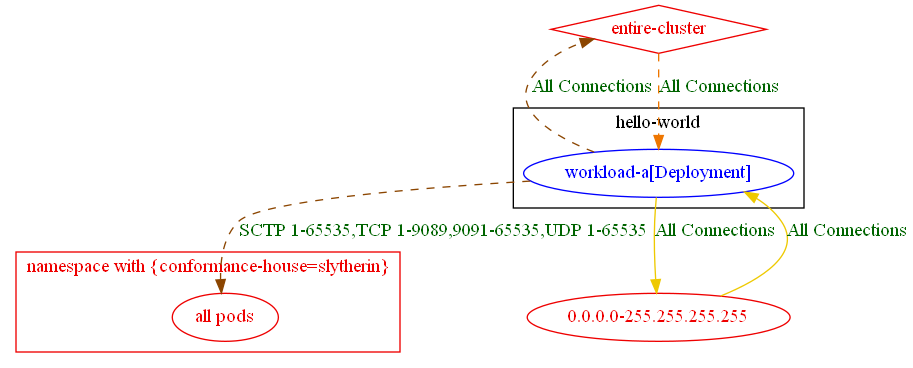
This is test_outputs/connlist/exposure_test_with_anp_8_exposure_output.dot.png from np-guard/netpol-analyzer, a Graphviz export, as it was before one commit. Its source is kept beside it as test_outputs/connlist/exposure_test_with_anp_8_exposure_output.dot.
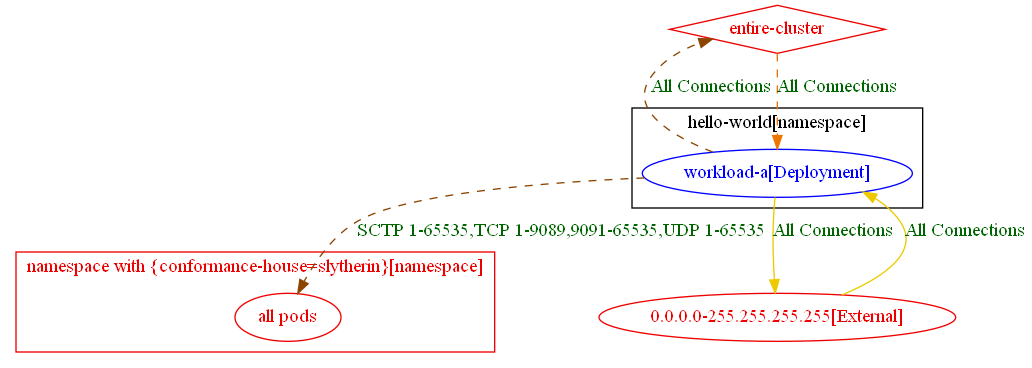
The same diagram one commit later.

The edit, as a diff of the source:
```diff
@@ -1,21 +1,21 @@
 digraph {
-	subgraph "cluster_hello_world" {
+	subgraph "cluster_hello_world[namespace]" {
 		color="black"
 		fontcolor="black"
 		"hello-world/workload-a[Deployment]" [label="workload-a[Deployment]" color="blue" fontcolor="blue"]
-		label="hello-world"
+		label="hello-world[namespace]"
 	}
-	subgraph "cluster_namespace with {conformance_house=slytherin}" {
+	subgraph "cluster_namespace with {conformance_house=slytherin}[namespace]" {
 		color="red2"
 		fontcolor="red2"
 		"all pods_in_namespace with {conformance-house=slytherin}" [label="all pods" color="red2" fontcolor="red2"]
-		label="namespace with {conformance-house=slytherin}"
+		label="namespace with {conformance-house=slytherin}[namespace]"
 	}
-	"0.0.0.0-255.255.255.255" [label="0.0.0.0-255.255.255.255" color="red2" fontcolor="red2"]
+	"0.0.0.0-255.255.255.255[External]" [label="0.0.0.0-255.255.255.255[External]" color="red2" fontcolor="red2"]
 	"entire-cluster" [label="entire-cluster" color="red2" fontcolor="red2" shape=diamond]
-	"0.0.0.0-255.255.255.255" -> "hello-world/workload-a[Deployment]" [label="All Connections" color="gold2" fontcolor="darkgreen" weight=0.5]
+	"0.0.0.0-255.255.255.255[External]" -> "hello-world/workload-a[Deployment]" [label="All Connections" color="gold2" fontcolor="darkgreen" weight=0.5]
 	"entire-cluster" -> "hello-world/workload-a[Deployment]" [label="All Connections" color="darkorange2" fontcolor="darkgreen" weight=1 style=dashed]
-	"hello-world/workload-a[Deployment]" -> "0.0.0.0-255.255.255.255" [label="All Connections" color="gold2" fontcolor="darkgreen" weight=1]
+	"hello-world/workload-a[Deployment]" -> "0.0.0.0-255.255.255.255[External]" [label="All Connections" color="gold2" fontcolor="darkgreen" weight=1]
 	"hello-world/workload-a[Deployment]" -> "all pods_in_namespace with {conformance-house=slytherin}" [label="SCTP 1-65535,TCP 1-9089,9091-65535,UDP 1-65535" color="darkorange4" fontcolor="darkgreen" weight=0.5 style=dashed]
 	"hello-world/workload-a[Deployment]" -> "entire-cluster" [label="All Connections" color="darkorange4" fontcolor="darkgreen" weight=0.5 style=dashed]
 }
```
